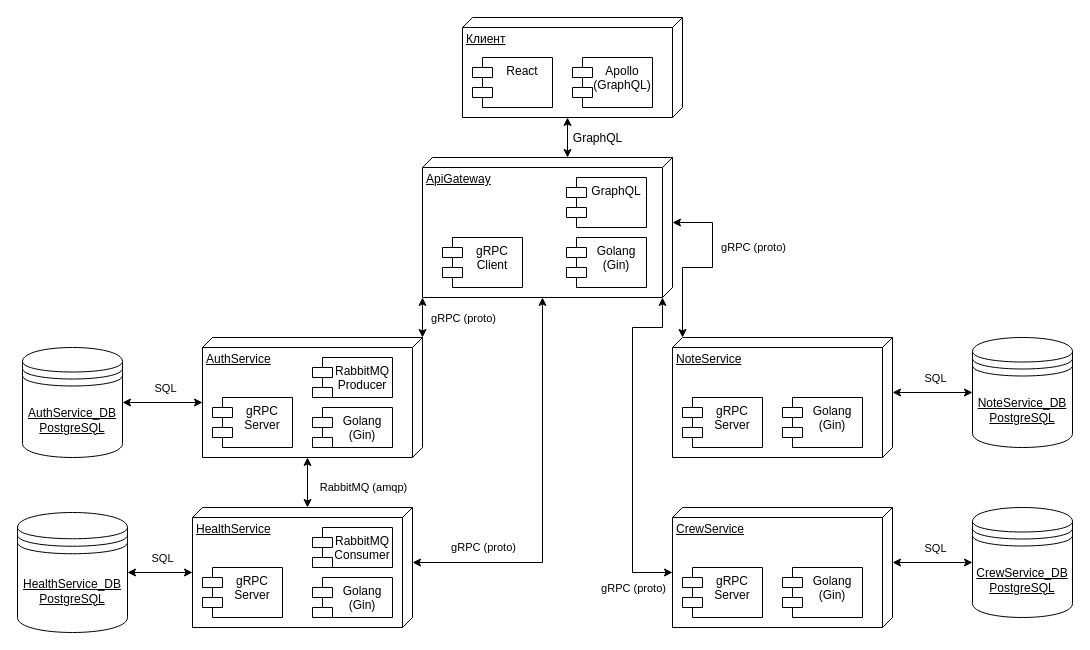
Earlier version of the draw.io diagram page "Page-1" (1 of 3) of Архитектура.drawio (Peygy/MedApp). Source tidied: cells renumbered, new cells numbered last; positions are measured from the earlier drawing's top-left corner, leaving out a move shared by most shapes. Both pictures are drawn from the tidied source at 100%, with x=0, y=0 at pixel (17, 17).
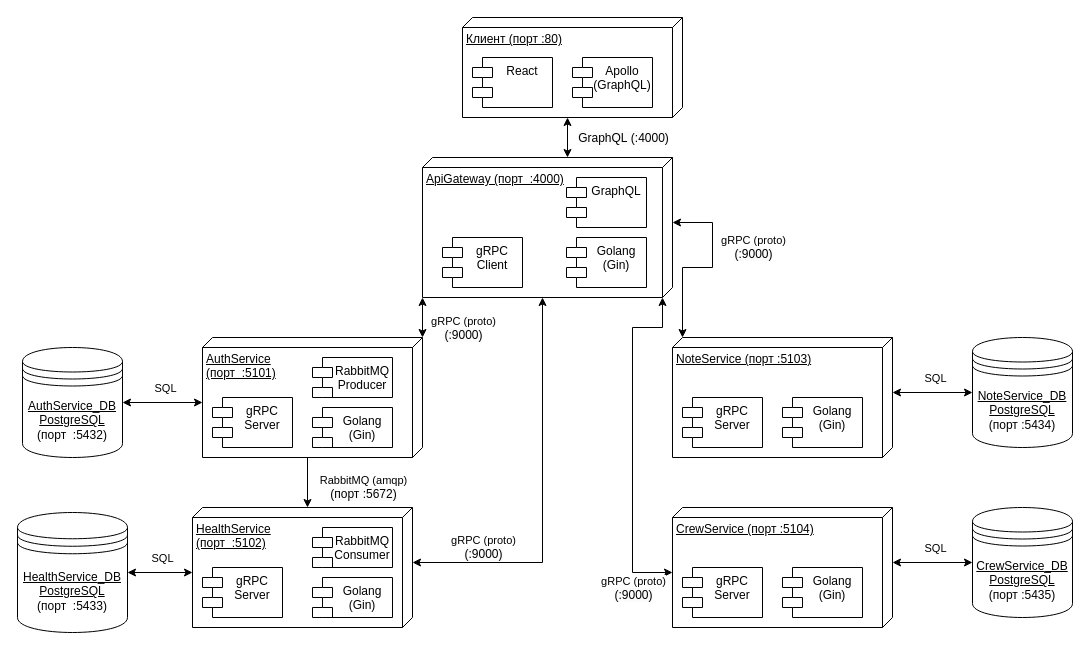
The same diagram, later.

Unchanged cells that the change refers to:
```xml
<mxCell id="8" style="endArrow=classic;startArrow=classic;html=1;rounded=0;entryX=0;entryY=0;entryDx=100;entryDy=115;entryPerimeter=0;exitX=0;exitY=0;exitDx=0;exitDy=105;exitPerimeter=0;" parent="1" edge="1" source="4" target="2">
  <mxGeometry relative="1" as="geometry" />
</mxCell>
<mxCell id="22" style="endArrow=classic;startArrow=classic;html=1;rounded=0;entryX=1;entryY=1;entryDx=0;entryDy=0;entryPerimeter=0;exitX=0;exitY=0;exitDx=0;exitDy=0;exitPerimeter=0;" parent="1" edge="1" source="10" target="4">
  <mxGeometry relative="1" as="geometry" />
</mxCell>
<mxCell id="34" style="endArrow=classic;startArrow=classic;html=1;rounded=0;entryX=0;entryY=0;entryDx=140;entryDy=130;entryPerimeter=0;exitX=0;exitY=0;exitDx=55;exitDy=0;exitPerimeter=0;" parent="1" edge="1" source="13" target="4">
  <mxGeometry relative="1" as="geometry">
    <Array as="points">
      <mxPoint x="525" y="545" />
    </Array>
  </mxGeometry>
</mxCell>
<mxCell id="41" style="endArrow=classic;startArrow=classic;html=1;rounded=0;entryX=0;entryY=0;entryDx=65;entryDy=0;entryPerimeter=0;exitX=0;exitY=0;exitDx=0;exitDy=210;exitPerimeter=0;" parent="1" edge="1" source="16" target="4">
  <mxGeometry relative="1" as="geometry">
    <Array as="points">
      <mxPoint x="665" y="250" />
      <mxPoint x="695" y="250" />
      <mxPoint x="695" y="205" />
    </Array>
  </mxGeometry>
</mxCell>
<mxCell id="43" style="endArrow=classic;startArrow=classic;html=1;rounded=0;entryX=0;entryY=0;entryDx=140;entryDy=10;entryPerimeter=0;exitX=0;exitY=0;exitDx=65;exitDy=220;exitPerimeter=0;" parent="1" edge="1" source="19" target="4">
  <mxGeometry relative="1" as="geometry">
    <Array as="points">
      <mxPoint x="615" y="555" />
      <mxPoint x="615" y="310" />
      <mxPoint x="645" y="310" />
    </Array>
  </mxGeometry>
</mxCell>
```

Diff of the diagram source:
```diff
@@
-    <mxCell id="2" value="Клиент" style="verticalAlign=top;align=left;spacingTop=8;spacingLeft=2;spacingRight=12;shape=cube;size=10;direction=south;fontStyle=4;html=1;whiteSpace=wrap;" parent="1" vertex="1">
+    <mxCell id="2" value="Клиент (порт :80)" style="verticalAlign=top;align=left;spacingTop=8;spacingLeft=2;spacingRight=12;shape=cube;size=10;direction=south;fontStyle=4;html=1;whiteSpace=wrap;" parent="1" vertex="1">
       <mxGeometry x="445" width="220" height="100" as="geometry" />
     </mxCell>
@@
-    <mxCell id="4" value="ApiGateway" style="verticalAlign=top;align=left;spacingTop=8;spacingLeft=2;spacingRight=12;shape=cube;size=10;direction=south;fontStyle=4;html=1;whiteSpace=wrap;" parent="1" vertex="1">
+    <mxCell id="4" value="ApiGateway (порт&amp;nbsp; :4000)" style="verticalAlign=top;align=left;spacingTop=8;spacingLeft=2;spacingRight=12;shape=cube;size=10;direction=south;fontStyle=4;html=1;whiteSpace=wrap;" parent="1" vertex="1">
       <mxGeometry x="405" y="140" width="250" height="140" as="geometry" />
     </mxCell>
@@
-    <mxCell id="9" value="&lt;span style=&quot;font-size: 12px; text-wrap: wrap; background-color: rgb(251, 251, 251);&quot;&gt;GraphQL&lt;/span&gt;" style="edgeLabel;html=1;align=center;verticalAlign=middle;" parent="8" vertex="1">
+    <mxCell id="9" value="&lt;span style=&quot;font-size: 12px; text-wrap: wrap; background-color: rgb(251, 251, 251);&quot;&gt;GraphQL&amp;nbsp;&lt;/span&gt;&lt;span style=&quot;font-size: 12px; text-align: left; text-wrap: wrap; background-color: rgb(251, 251, 251);&quot;&gt;(:4000)&lt;/span&gt;" style="edgeLabel;html=1;align=center;verticalAlign=middle;" parent="8" vertex="1">
       <mxGeometry y="-1" relative="1" as="geometry">
-        <mxPoint x="28" as="offset" />
+        <mxPoint x="54" as="offset" />
       </mxGeometry>
     </mxCell>
-    <mxCell id="10" value="AuthService" style="verticalAlign=top;align=left;spacingTop=8;spacingLeft=2;spacingRight=12;shape=cube;size=10;direction=south;fontStyle=4;html=1;whiteSpace=wrap;" parent="1" vertex="1">
+    <mxCell id="10" value="AuthService&lt;br&gt;(порт&amp;nbsp; :5101)" style="verticalAlign=top;align=left;spacingTop=8;spacingLeft=2;spacingRight=12;shape=cube;size=10;direction=south;fontStyle=4;html=1;whiteSpace=wrap;" parent="1" vertex="1">
       <mxGeometry x="185" y="320" width="220" height="120" as="geometry" />
     </mxCell>
@@
-    <mxCell id="13" value="HealthService" style="verticalAlign=top;align=left;spacingTop=8;spacingLeft=2;spacingRight=12;shape=cube;size=10;direction=south;fontStyle=4;html=1;whiteSpace=wrap;" parent="1" vertex="1">
+    <mxCell id="13" value="HealthService&lt;div&gt;(порт&amp;nbsp; :5102)&lt;br&gt;&lt;/div&gt;" style="verticalAlign=top;align=left;spacingTop=8;spacingLeft=2;spacingRight=12;shape=cube;size=10;direction=south;fontStyle=4;html=1;whiteSpace=wrap;" parent="1" vertex="1">
       <mxGeometry x="175" y="490" width="220" height="120" as="geometry" />
     </mxCell>
@@
-    <mxCell id="16" value="NoteService" style="verticalAlign=top;align=left;spacingTop=8;spacingLeft=2;spacingRight=12;shape=cube;size=10;direction=south;fontStyle=4;html=1;whiteSpace=wrap;" parent="1" vertex="1">
+    <mxCell id="16" value="NoteService (порт :5103)" style="verticalAlign=top;align=left;spacingTop=8;spacingLeft=2;spacingRight=12;shape=cube;size=10;direction=south;fontStyle=4;html=1;whiteSpace=wrap;" parent="1" vertex="1">
       <mxGeometry x="655" y="320" width="220" height="120" as="geometry" />
     </mxCell>
@@
-    <mxCell id="19" value="CrewService" style="verticalAlign=top;align=left;spacingTop=8;spacingLeft=2;spacingRight=12;shape=cube;size=10;direction=south;fontStyle=4;html=1;whiteSpace=wrap;" parent="1" vertex="1">
+    <mxCell id="19" value="CrewService (порт :5104)" style="verticalAlign=top;align=left;spacingTop=8;spacingLeft=2;spacingRight=12;shape=cube;size=10;direction=south;fontStyle=4;html=1;whiteSpace=wrap;" parent="1" vertex="1">
       <mxGeometry x="655" y="490" width="220" height="120" as="geometry" />
     </mxCell>
@@
-    <mxCell id="23" value="gRPC (proto)" style="edgeLabel;html=1;align=center;verticalAlign=middle;" parent="22" vertex="1">
+    <mxCell id="23" value="gRPC (proto)&lt;div&gt;&lt;span style=&quot;font-size: 12px; text-wrap: wrap; background-color: rgb(251, 251, 251);&quot;&gt;(:9000)&lt;/span&gt;&lt;br&gt;&lt;/div&gt;" style="edgeLabel;html=1;align=center;verticalAlign=middle;" parent="22" vertex="1">
       <mxGeometry x="0.09" y="2" relative="1" as="geometry">
-        <mxPoint x="42" y="2" as="offset" />
+        <mxPoint x="42" y="12" as="offset" />
       </mxGeometry>
     </mxCell>
@@
-    <mxCell id="25" style="endArrow=classic;startArrow=classic;html=1;rounded=0;entryX=0;entryY=0;entryDx=0;entryDy=105;entryPerimeter=0;exitX=0;exitY=0;exitDx=120;exitDy=115;exitPerimeter=0;" parent="1" edge="1" source="10" target="13">
+    <mxCell id="25" style="endArrow=classic;startArrow=none;html=1;rounded=0;entryX=0;entryY=0;entryDx=0;entryDy=105;entryPerimeter=0;exitX=0;exitY=0;exitDx=120;exitDy=115;exitPerimeter=0;startFill=0;" parent="1" edge="1" source="10" target="13">
       <mxGeometry relative="1" as="geometry" />
     </mxCell>
-    <mxCell id="26" value="RabbitMQ (amqp)" style="edgeLabel;html=1;align=center;verticalAlign=middle;" parent="25" vertex="1">
+    <mxCell id="26" value="RabbitMQ (amqp)&lt;br&gt;&lt;span style=&quot;font-size: 12px; text-align: left; text-wrap: wrap; background-color: rgb(251, 251, 251);&quot;&gt;(порт :5672)&lt;/span&gt;" style="edgeLabel;html=1;align=center;verticalAlign=middle;" parent="25" vertex="1">
       <mxGeometry x="0.09" y="2" relative="1" as="geometry">
         <mxPoint x="53" y="2" as="offset" />
       </mxGeometry>
     </mxCell>
-    <mxCell id="27" value="&lt;span style=&quot;text-align: left; text-decoration-line: underline;&quot;&gt;AuthService_DB&lt;/span&gt;&lt;div&gt;&lt;span style=&quot;text-align: left; text-decoration-line: underline;&quot;&gt;PostgreSQL&lt;/span&gt;&lt;/div&gt;" style="shape=datastore;whiteSpace=wrap;html=1;" parent="1" vertex="1">
+    <mxCell id="27" value="&lt;span style=&quot;text-align: left; text-decoration-line: underline;&quot;&gt;AuthService_DB&lt;/span&gt;&lt;div&gt;&lt;span style=&quot;text-align: left; text-decoration-line: underline;&quot;&gt;PostgreSQL&lt;/span&gt;&lt;/div&gt;&lt;div&gt;&lt;span style=&quot;text-align: left;&quot;&gt;(порт&amp;nbsp;&lt;/span&gt;&lt;span style=&quot;text-align: left;&quot;&gt;&amp;nbsp;:5432&lt;/span&gt;&lt;span style=&quot;text-align: left;&quot;&gt;)&lt;/span&gt;&lt;span style=&quot;text-align: left; text-decoration-line: underline;&quot;&gt;&lt;br&gt;&lt;/span&gt;&lt;/div&gt;" style="shape=datastore;whiteSpace=wrap;html=1;" parent="1" vertex="1">
       <mxGeometry x="5" y="330" width="100" height="110" as="geometry" />
     </mxCell>
@@
-    <mxCell id="30" value="&lt;span style=&quot;text-align: left; text-decoration-line: underline;&quot;&gt;HealthService&lt;/span&gt;&lt;span style=&quot;text-align: left; text-decoration-line: underline;&quot;&gt;_DB&lt;/span&gt;&lt;div&gt;&lt;span style=&quot;text-align: left; text-decoration-line: underline;&quot;&gt;PostgreSQL&lt;/span&gt;&lt;/div&gt;" style="shape=datastore;whiteSpace=wrap;html=1;" parent="1" vertex="1">
+    <mxCell id="30" value="&lt;span style=&quot;text-align: left; text-decoration-line: underline;&quot;&gt;HealthService&lt;/span&gt;&lt;span style=&quot;text-align: left; text-decoration-line: underline;&quot;&gt;_DB&lt;/span&gt;&lt;div&gt;&lt;span style=&quot;text-align: left; text-decoration-line: underline;&quot;&gt;PostgreSQL&lt;/span&gt;&lt;/div&gt;&lt;div&gt;&lt;span style=&quot;text-align: left;&quot;&gt;(порт&amp;nbsp;&lt;/span&gt;&lt;span style=&quot;text-align: left;&quot;&gt;&amp;nbsp;:5433&lt;/span&gt;&lt;span style=&quot;text-align: left;&quot;&gt;)&lt;/span&gt;&lt;span style=&quot;text-align: left; text-decoration-line: underline;&quot;&gt;&lt;br&gt;&lt;/span&gt;&lt;/div&gt;" style="shape=datastore;whiteSpace=wrap;html=1;" parent="1" vertex="1">
       <mxGeometry y="495" width="110" height="120" as="geometry" />
     </mxCell>
@@
-    <mxCell id="33" value="&lt;span style=&quot;text-align: left; text-decoration-line: underline;&quot;&gt;CrewService&lt;/span&gt;&lt;span style=&quot;text-align: left; text-decoration-line: underline;&quot;&gt;_DB&lt;/span&gt;&lt;div&gt;&lt;span style=&quot;text-align: left; text-decoration-line: underline;&quot;&gt;PostgreSQL&lt;/span&gt;&lt;/div&gt;" style="shape=datastore;whiteSpace=wrap;html=1;" parent="1" vertex="1">
+    <mxCell id="33" value="&lt;span style=&quot;text-align: left; text-decoration-line: underline;&quot;&gt;CrewService&lt;/span&gt;&lt;span style=&quot;text-align: left; text-decoration-line: underline;&quot;&gt;_DB&lt;/span&gt;&lt;div&gt;&lt;span style=&quot;text-align: left; text-decoration-line: underline;&quot;&gt;PostgreSQL&lt;/span&gt;&lt;/div&gt;&lt;div&gt;&lt;span style=&quot;text-align: left;&quot;&gt;(порт :5435)&lt;/span&gt;&lt;span style=&quot;text-align: left; text-decoration-line: underline;&quot;&gt;&lt;br&gt;&lt;/span&gt;&lt;/div&gt;" style="shape=datastore;whiteSpace=wrap;html=1;" parent="1" vertex="1">
       <mxGeometry x="955" y="490" width="100" height="110" as="geometry" />
     </mxCell>
@@
-    <mxCell id="35" value="gRPC (proto)" style="edgeLabel;html=1;align=center;verticalAlign=middle;" parent="34" vertex="1">
+    <mxCell id="35" value="gRPC (proto)&lt;div&gt;&lt;span style=&quot;font-size: 12px; text-wrap: wrap; background-color: rgb(251, 251, 251);&quot;&gt;(:9000)&lt;/span&gt;&lt;/div&gt;" style="edgeLabel;html=1;align=center;verticalAlign=middle;" parent="34" vertex="1">
       <mxGeometry x="0.09" y="2" relative="1" as="geometry">
         <mxPoint x="-58" y="69" as="offset" />
       </mxGeometry>
     </mxCell>
-    <mxCell id="36" value="&lt;span style=&quot;text-align: left; text-decoration-line: underline;&quot;&gt;NoteService&lt;/span&gt;&lt;span style=&quot;text-align: left; text-decoration-line: underline;&quot;&gt;_DB&lt;/span&gt;&lt;div&gt;&lt;span style=&quot;text-align: left; text-decoration-line: underline;&quot;&gt;PostgreSQL&lt;/span&gt;&lt;/div&gt;" style="shape=datastore;whiteSpace=wrap;html=1;" parent="1" vertex="1">
+    <mxCell id="36" value="&lt;span style=&quot;text-align: left; text-decoration-line: underline;&quot;&gt;NoteService&lt;/span&gt;&lt;span style=&quot;text-align: left; text-decoration-line: underline;&quot;&gt;_DB&lt;/span&gt;&lt;div&gt;&lt;span style=&quot;text-align: left; text-decoration-line: underline;&quot;&gt;PostgreSQL&lt;/span&gt;&lt;/div&gt;&lt;div&gt;&lt;span style=&quot;text-align: left;&quot;&gt;(порт :5434)&lt;/span&gt;&lt;span style=&quot;text-align: left; text-decoration-line: underline;&quot;&gt;&lt;br&gt;&lt;/span&gt;&lt;/div&gt;" style="shape=datastore;whiteSpace=wrap;html=1;" parent="1" vertex="1">
       <mxGeometry x="955" y="320" width="100" height="110" as="geometry" />
     </mxCell>
@@
-    <mxCell id="42" value="gRPC (proto)" style="edgeLabel;html=1;align=center;verticalAlign=middle;" parent="41" vertex="1">
+    <mxCell id="42" value="gRPC (proto)&lt;div&gt;&lt;span style=&quot;font-size: 12px; text-wrap: wrap; background-color: rgb(251, 251, 251);&quot;&gt;(:9000)&lt;/span&gt;&lt;/div&gt;" style="edgeLabel;html=1;align=center;verticalAlign=middle;" parent="41" vertex="1">
       <mxGeometry x="0.09" y="2" relative="1" as="geometry">
         <mxPoint x="42" y="-20" as="offset" />
       </mxGeometry>
     </mxCell>
@@
-    <mxCell id="44" value="gRPC (proto)" style="edgeLabel;html=1;align=center;verticalAlign=middle;" parent="43" vertex="1">
+    <mxCell id="44" value="gRPC (proto)&lt;div&gt;&lt;span style=&quot;font-size: 12px; text-wrap: wrap; background-color: rgb(251, 251, 251);&quot;&gt;(:9000)&lt;/span&gt;&lt;/div&gt;" style="edgeLabel;html=1;align=center;verticalAlign=middle;" parent="43" vertex="1">
       <mxGeometry x="0.09" y="2" relative="1" as="geometry">
         <mxPoint x="2" y="163" as="offset" />
       </mxGeometry>
     </mxCell>
```
